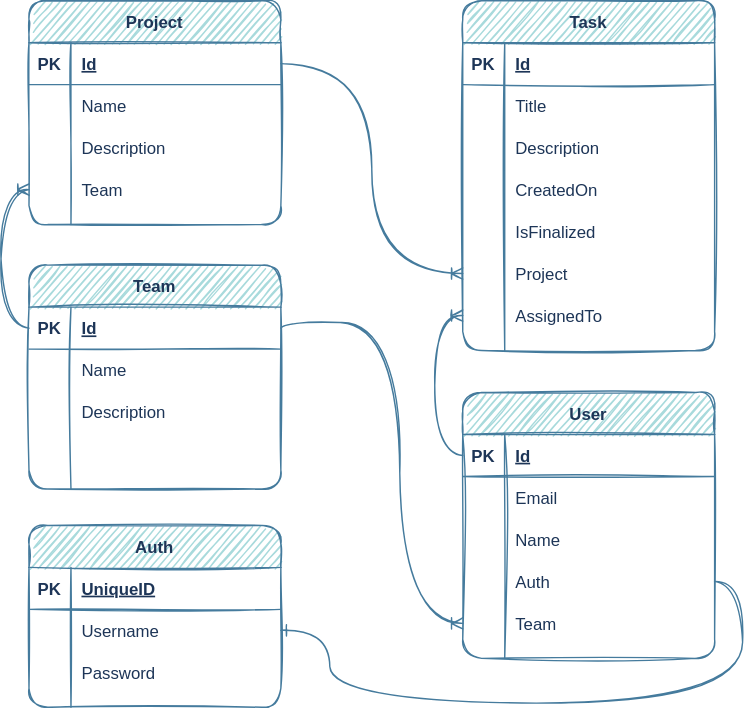
jusemon/tasksjs keeps this draw.io diagram as docs/database.drawio.svg. Above is the earlier version. Source tidied: cells renumbered, new cells last; positions are measured from the earlier drawing's top-left corner, leaving out a move shared by most shapes.
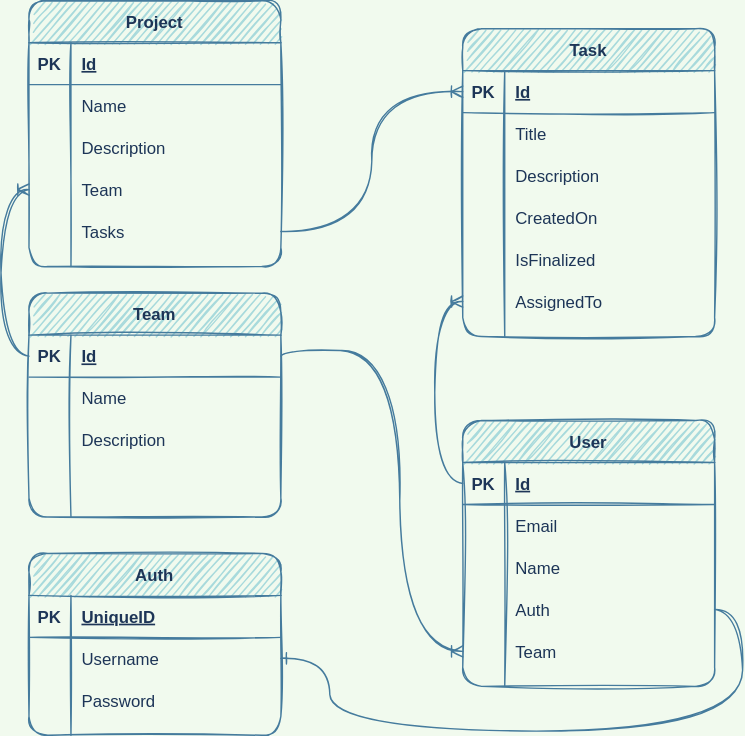
After the change.

Diff of the diagram source:
```diff
@@ -1,12 +1,9 @@
-<mxGraphModel background="#FFFFFF">
+<mxGraphModel background="#F1FAEE">
   <root>
     <mxCell id="0" />
     <mxCell id="1" parent="0" />
-    <mxCell id="2" style="edgeStyle=orthogonalEdgeStyle;jettySize=auto;html=1;entryX=0;entryY=0.5;entryDx=0;entryDy=0;endArrow=ERoneToMany;endFill=0;exitX=1;exitY=0.5;exitDx=0;exitDy=0;labelBackgroundColor=#F1FAEE;strokeColor=#457B9D;fontColor=#1D3557;sketch=1;curved=1;" parent="1" edge="1" source="4" target="46">
-      <mxGeometry relative="1" as="geometry" />
-    </mxCell>
     <mxCell id="3" value="Project" style="shape=table;startSize=30;rowLines=0;fontStyle=1;align=center;fillColor=#A8DADC;strokeColor=#457B9D;fontColor=#1D3557;sketch=1;rounded=1;" parent="1" vertex="1">
-      <mxGeometry width="180" height="160" as="geometry" />
+      <mxGeometry y="-20" width="180" height="190" as="geometry" />
     </mxCell>
     <mxCell id="4" style="shape=partialRectangle;fillColor=none;top=0;left=0;bottom=1;right=0;points=[[0,0.5],[1,0.5]];portConstraint=eastwest;strokeColor=#457B9D;fontColor=#1D3557;sketch=1;rounded=1;" parent="3" vertex="1">
       <mxGeometry y="30" width="180" height="30" as="geometry" />
@@ -44,7 +41,16 @@
     <mxCell id="15" value="Team" style="shape=partialRectangle;fillColor=none;top=0;left=0;bottom=0;right=0;align=left;spacingLeft=6;overflow=hidden;strokeColor=#457B9D;fontColor=#1D3557;sketch=1;rounded=1;" parent="13" vertex="1">
       <mxGeometry x="30" width="150" height="30" as="geometry" />
     </mxCell>
+    <mxCell id="81" style="shape=partialRectangle;fillColor=none;top=0;left=0;bottom=0;right=0;points=[[0,0.5],[1,0.5]];portConstraint=eastwest;strokeColor=#457B9D;fontColor=#1D3557;sketch=1;rounded=1;" parent="3" vertex="1">
+      <mxGeometry y="150" width="180" height="30" as="geometry" />
+    </mxCell>
+    <mxCell id="47" style="shape=partialRectangle;fillColor=none;top=0;left=0;bottom=0;right=0;overflow=hidden;strokeColor=#457B9D;fontColor=#1D3557;sketch=1;rounded=1;" parent="81" vertex="1">
+      <mxGeometry width="30" height="30" as="geometry" />
+    </mxCell>
+    <mxCell id="82" value="Tasks" style="shape=partialRectangle;fillColor=none;top=0;left=0;bottom=0;right=0;align=left;spacingLeft=6;overflow=hidden;strokeColor=#457B9D;fontColor=#1D3557;sketch=1;rounded=1;" parent="81" vertex="1">
+      <mxGeometry x="30" width="150" height="30" as="geometry" />
+    </mxCell>
-    <mxCell id="16" style="edgeStyle=orthogonalEdgeStyle;jettySize=auto;html=1;entryX=0;entryY=0.5;entryDx=0;entryDy=0;endArrow=ERoneToMany;endFill=0;exitX=0;exitY=0.5;exitDx=0;exitDy=0;labelBackgroundColor=#F1FAEE;strokeColor=#457B9D;fontColor=#1D3557;sketch=1;curved=1;" parent="1" edge="1" source="18" target="13">
+    <mxCell id="16" style="edgeStyle=orthogonalEdgeStyle;jettySize=auto;html=1;entryX=0;entryY=0.5;entryDx=0;entryDy=0;endArrow=ERoneToMany;endFill=0;exitX=0;exitY=0.5;exitDx=0;exitDy=0;strokeColor=#457B9D;fontColor=#1D3557;labelBackgroundColor=#F1FAEE;sketch=1;curved=1;" parent="1" edge="1" source="18" target="13">
       <mxGeometry relative="1" as="geometry" />
     </mxCell>
     <mxCell id="17" value="Team" style="shape=table;startSize=30;rowLines=0;fontStyle=1;align=center;fillColor=#A8DADC;strokeColor=#457B9D;fontColor=#1D3557;sketch=1;rounded=1;" parent="1" vertex="1">
@@ -87,7 +93,7 @@
       <mxGeometry x="30" width="150" height="30" as="geometry" />
     </mxCell>
     <mxCell id="30" value="Task" style="shape=table;startSize=30;rowLines=0;fontStyle=1;align=center;fillColor=#A8DADC;strokeColor=#457B9D;fontColor=#1D3557;sketch=1;rounded=1;" parent="1" vertex="1">
-      <mxGeometry x="310" width="180" height="250" as="geometry" />
+      <mxGeometry x="310" width="180" height="220" as="geometry" />
     </mxCell>
     <mxCell id="31" style="shape=partialRectangle;fillColor=none;top=0;left=0;bottom=1;right=0;points=[[0,0.5],[1,0.5]];portConstraint=eastwest;strokeColor=#457B9D;fontColor=#1D3557;sketch=1;rounded=1;" parent="30" vertex="1">
       <mxGeometry y="30" width="180" height="30" as="geometry" />
@@ -134,17 +140,8 @@
     <mxCell id="45" value="IsFinalized" style="shape=partialRectangle;fillColor=none;top=0;left=0;bottom=0;right=0;align=left;spacingLeft=6;overflow=hidden;strokeColor=#457B9D;fontColor=#1D3557;sketch=1;rounded=1;" parent="43" vertex="1">
       <mxGeometry x="30" width="150" height="30" as="geometry" />
     </mxCell>
-    <mxCell id="46" style="shape=partialRectangle;fillColor=none;top=0;left=0;bottom=0;right=0;points=[[0,0.5],[1,0.5]];portConstraint=eastwest;strokeColor=#457B9D;fontColor=#1D3557;sketch=1;rounded=1;" parent="30" vertex="1">
-      <mxGeometry y="180" width="180" height="30" as="geometry" />
-    </mxCell>
-    <mxCell id="47" style="shape=partialRectangle;fillColor=none;top=0;left=0;bottom=0;right=0;overflow=hidden;strokeColor=#457B9D;fontColor=#1D3557;sketch=1;rounded=1;" parent="46" vertex="1">
-      <mxGeometry width="30" height="30" as="geometry" />
-    </mxCell>
-    <mxCell id="48" value="Project" style="shape=partialRectangle;fillColor=none;top=0;left=0;bottom=0;right=0;align=left;spacingLeft=6;overflow=hidden;strokeColor=#457B9D;fontColor=#1D3557;sketch=1;rounded=1;" parent="46" vertex="1">
-      <mxGeometry x="30" width="150" height="30" as="geometry" />
-    </mxCell>
     <mxCell id="49" style="shape=partialRectangle;fillColor=none;top=0;left=0;bottom=0;right=0;points=[[0,0.5],[1,0.5]];portConstraint=eastwest;strokeColor=#457B9D;fontColor=#1D3557;sketch=1;rounded=1;" parent="30" vertex="1">
-      <mxGeometry y="210" width="180" height="30" as="geometry" />
+      <mxGeometry y="180" width="180" height="30" as="geometry" />
     </mxCell>
     <mxCell id="50" style="shape=partialRectangle;fillColor=none;top=0;left=0;bottom=0;right=0;overflow=hidden;strokeColor=#457B9D;fontColor=#1D3557;sketch=1;rounded=1;" parent="49" vertex="1">
       <mxGeometry width="30" height="30" as="geometry" />
@@ -152,7 +149,7 @@
     <mxCell id="51" value="AssignedTo" style="shape=partialRectangle;fillColor=none;top=0;left=0;bottom=0;right=0;align=left;spacingLeft=6;overflow=hidden;strokeColor=#457B9D;fontColor=#1D3557;sketch=1;rounded=1;" parent="49" vertex="1">
       <mxGeometry x="30" width="150" height="30" as="geometry" />
     </mxCell>
-    <mxCell id="52" style="edgeStyle=orthogonalEdgeStyle;jettySize=auto;html=1;entryX=0;entryY=0.5;entryDx=0;entryDy=0;endArrow=ERoneToMany;endFill=0;exitX=0;exitY=0.5;exitDx=0;exitDy=0;labelBackgroundColor=#F1FAEE;strokeColor=#457B9D;fontColor=#1D3557;sketch=1;curved=1;" parent="1" edge="1" source="54" target="49">
+    <mxCell id="52" style="edgeStyle=orthogonalEdgeStyle;jettySize=auto;html=1;entryX=0;entryY=0.5;entryDx=0;entryDy=0;endArrow=ERoneToMany;endFill=0;exitX=0;exitY=0.5;exitDx=0;exitDy=0;strokeColor=#457B9D;fontColor=#1D3557;labelBackgroundColor=#F1FAEE;sketch=1;curved=1;" parent="1" edge="1" source="54" target="49">
       <mxGeometry relative="1" as="geometry" />
     </mxCell>
     <mxCell id="53" value="User" style="shape=table;startSize=30;rowLines=0;fontStyle=1;align=center;fillColor=#A8DADC;strokeColor=#457B9D;fontColor=#1D3557;sketch=1;rounded=1;" parent="1" vertex="1">
@@ -203,7 +200,7 @@
     <mxCell id="68" value="Team" style="shape=partialRectangle;fillColor=none;top=0;left=0;bottom=0;right=0;align=left;spacingLeft=6;overflow=hidden;strokeColor=#457B9D;fontColor=#1D3557;sketch=1;rounded=1;" parent="66" vertex="1">
       <mxGeometry x="30" width="150" height="30" as="geometry" />
     </mxCell>
-    <mxCell id="69" style="edgeStyle=orthogonalEdgeStyle;jettySize=auto;html=1;endArrow=ERoneToMany;endFill=0;exitX=1;exitY=0.5;exitDx=0;exitDy=0;labelBackgroundColor=#F1FAEE;strokeColor=#457B9D;fontColor=#1D3557;sketch=1;curved=1;" parent="1" edge="1" source="18" target="66">
+    <mxCell id="69" style="edgeStyle=orthogonalEdgeStyle;jettySize=auto;html=1;endArrow=ERoneToMany;endFill=0;exitX=1;exitY=0.5;exitDx=0;exitDy=0;strokeColor=#457B9D;fontColor=#1D3557;labelBackgroundColor=#F1FAEE;sketch=1;curved=1;" parent="1" edge="1" source="18" target="66">
       <mxGeometry relative="1" as="geometry">
         <Array as="points">
           <mxPoint x="265" y="230" />
@@ -241,7 +238,7 @@
     <mxCell id="79" value="Password" style="shape=partialRectangle;fillColor=none;top=0;left=0;bottom=0;right=0;align=left;spacingLeft=6;overflow=hidden;strokeColor=#457B9D;fontColor=#1D3557;sketch=1;rounded=1;" parent="77" vertex="1">
       <mxGeometry x="30" width="150" height="30" as="geometry" />
     </mxCell>
-    <mxCell id="80" style="edgeStyle=orthogonalEdgeStyle;jettySize=auto;html=1;entryX=1;entryY=0.5;entryDx=0;entryDy=0;endArrow=ERone;endFill=0;exitX=1;exitY=0.5;exitDx=0;exitDy=0;labelBackgroundColor=#F1FAEE;strokeColor=#457B9D;fontColor=#1D3557;sketch=1;curved=1;" parent="1" edge="1" source="63" target="74">
+    <mxCell id="80" style="edgeStyle=orthogonalEdgeStyle;jettySize=auto;html=1;entryX=1;entryY=0.5;entryDx=0;entryDy=0;endArrow=ERone;endFill=0;exitX=1;exitY=0.5;exitDx=0;exitDy=0;strokeColor=#457B9D;fontColor=#1D3557;labelBackgroundColor=#F1FAEE;sketch=1;curved=1;" parent="1" edge="1" source="63" target="74">
       <mxGeometry relative="1" as="geometry">
         <Array as="points">
           <mxPoint x="510" y="415" />
@@ -251,5 +248,8 @@
         </Array>
       </mxGeometry>
     </mxCell>
+    <mxCell id="83" style="edgeStyle=orthogonalEdgeStyle;jettySize=auto;html=1;endArrow=ERoneToMany;endFill=0;labelBackgroundColor=#F1FAEE;strokeColor=#457B9D;fontColor=#1D3557;sketch=1;curved=1;" parent="1" edge="1" source="81" target="31">
+      <mxGeometry relative="1" as="geometry" />
+    </mxCell>
   </root>
 </mxGraphModel>
```
